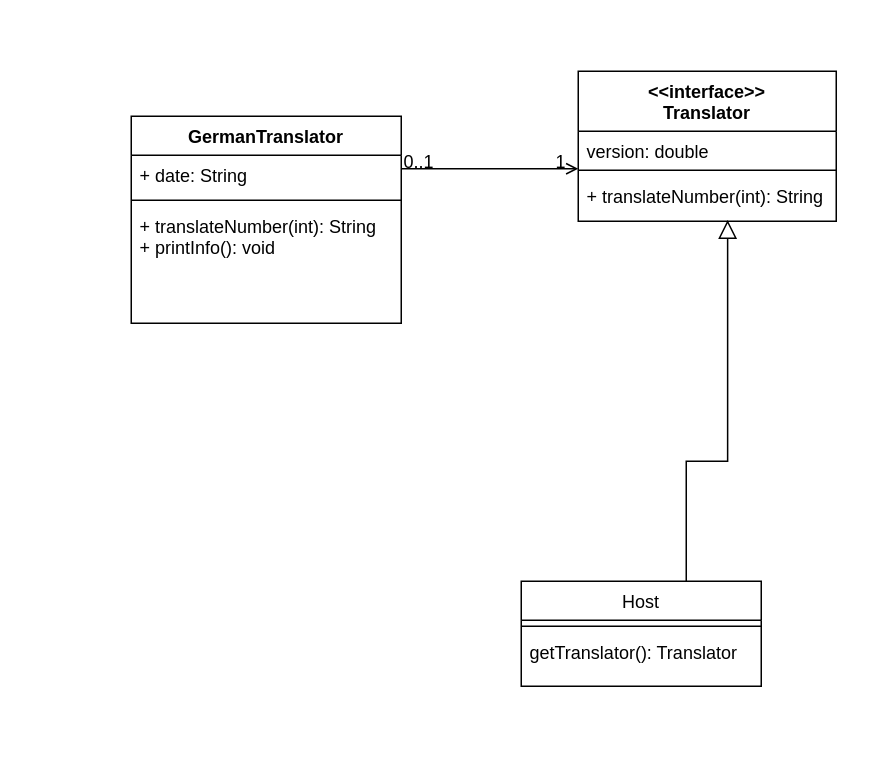
The draw.io diagram Unbenanntes Diagramm.drawio in ItsMePaiinZ/se1_hbrs_ph_fl, before the edit. Source tidied: cells renumbered, new cells numbered last; positions are measured from the earlier drawing's top-left corner, leaving out a move shared by most shapes. Both pictures are drawn from the tidied source at 150%, with x=0, y=0 at pixel (130, 70).
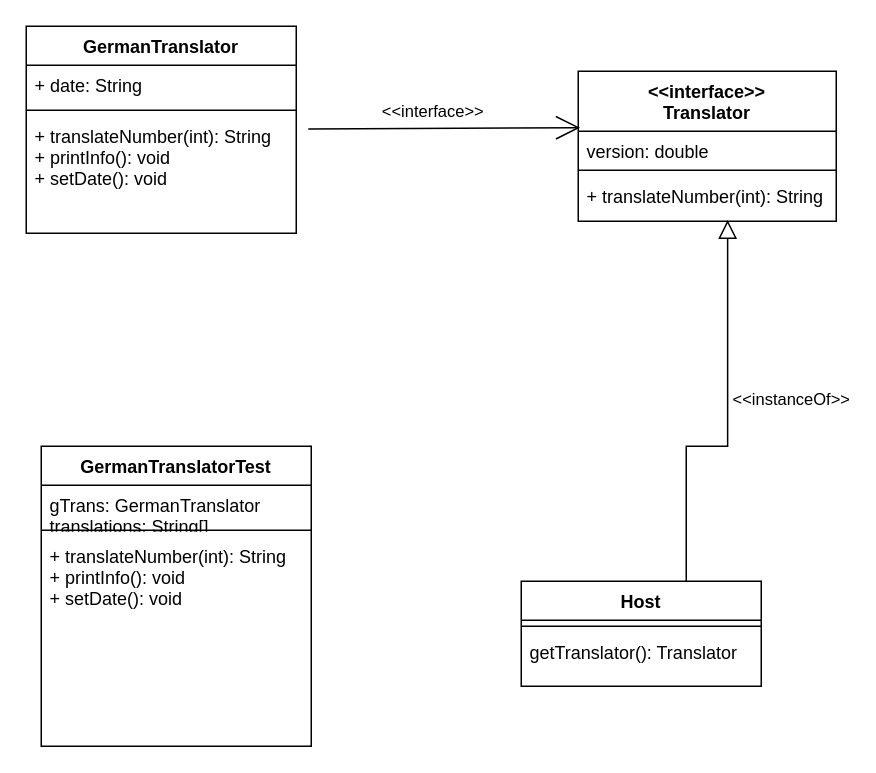
Above is the later version.

The change refers to these unchanged cells:
```xml
<mxCell id="2" value="&lt;&lt;interface&gt;&gt;&#10;Translator" style="swimlane;fontStyle=1;align=center;verticalAlign=top;horizontal=1;startSize=40;rounded=0;shadow=0;strokeWidth=1;" parent="1" vertex="1">
  <mxGeometry x="298" width="172" height="100" as="geometry" />
</mxCell>
<mxCell id="3" value="version: double" style="text;align=left;verticalAlign=top;spacingLeft=4;spacingRight=4;overflow=hidden;points=[[0,0.5],[1,0.5]];portConstraint=eastwest;rounded=0;shadow=0;html=0;" parent="2" vertex="1">
  <mxGeometry y="40" width="172" height="22" as="geometry" />
</mxCell>
<mxCell id="5" value="+ translateNumber(int): String" style="text;align=left;verticalAlign=top;spacingLeft=4;spacingRight=4;overflow=hidden;points=[[0,0.5],[1,0.5]];portConstraint=eastwest;" parent="2" vertex="1">
  <mxGeometry y="70" width="172" height="26" as="geometry" />
</mxCell>
```

What changed in the source:
```diff
@@
     <mxCell id="6" value="GermanTranslator" style="swimlane;fontStyle=1;align=center;verticalAlign=top;horizontal=1;startSize=26;rounded=0;shadow=0;strokeWidth=1;" parent="1" vertex="1">
-      <mxGeometry y="30" width="180" height="138" as="geometry" />
+      <mxGeometry x="-70" y="-30" width="180" height="138" as="geometry" />
     </mxCell>
@@
-    <mxCell id="9" value="+ translateNumber(int): String&#10;+ printInfo(): void" style="text;align=left;verticalAlign=top;spacingLeft=4;spacingRight=4;overflow=hidden;" parent="6" vertex="1">
-      <mxGeometry y="60" width="180" height="40" as="geometry" />
+    <mxCell id="9" value="+ translateNumber(int): String&#10;+ printInfo(): void&#10;+ setDate(): void" style="text;align=left;verticalAlign=top;spacingLeft=4;spacingRight=4;overflow=hidden;" parent="6" vertex="1">
+      <mxGeometry y="60" width="180" height="50" as="geometry" />
     </mxCell>
-    <mxCell id="10" value="Host" style="swimlane;fontStyle=0;align=center;verticalAlign=top;horizontal=1;startSize=26;rounded=0;shadow=0;strokeWidth=1;" parent="1" vertex="1">
+    <mxCell id="10" value="Host" style="swimlane;fontStyle=1;align=center;verticalAlign=top;horizontal=1;startSize=26;rounded=0;shadow=0;strokeWidth=1;" parent="1" vertex="1">
       <mxGeometry x="260" y="340" width="160" height="70" as="geometry" />
     </mxCell>
@@
     <mxCell id="13" style="endArrow=block;endSize=10;endFill=0;shadow=0;strokeWidth=1;rounded=0;edgeStyle=elbowEdgeStyle;elbow=vertical;entryX=0.579;entryY=1.123;entryDx=0;entryDy=0;entryPerimeter=0;" parent="1" edge="1" source="10" target="5">
       <mxGeometry relative="1" as="geometry">
         <Array as="points">
-          <mxPoint x="370" y="260" />
+          <mxPoint x="370" y="250" />
           <mxPoint x="90" y="190" />
         </Array>
       </mxGeometry>
     </mxCell>
-    <mxCell id="14" style="endArrow=open;shadow=0;strokeWidth=1;rounded=0;endFill=1;edgeStyle=elbowEdgeStyle;elbow=vertical;" parent="1" edge="1" source="6" target="2">
-      <mxGeometry x="0.5" y="41" relative="1" as="geometry">
-        <mxPoint x="-40" y="32" as="offset" />
-      </mxGeometry>
-    </mxCell>
-    <mxCell id="15" value="0..1" style="align=left;verticalAlign=bottom;labelBackgroundColor=none;fontSize=12;" parent="14" vertex="1">
-      <mxGeometry x="-1" relative="1" as="geometry">
-        <mxPoint y="4" as="offset" />
-      </mxGeometry>
-    </mxCell>
-    <mxCell id="16" value="1" style="align=right;verticalAlign=bottom;labelBackgroundColor=none;fontSize=12;" parent="14" vertex="1">
-      <mxGeometry x="1" relative="1" as="geometry">
-        <mxPoint x="-7" y="4" as="offset" />
-      </mxGeometry>
-    </mxCell>
+    <mxCell id="17" value="&amp;lt;&amp;lt;instanceOf&amp;gt;&amp;gt;" style="edgeLabel;html=1;align=center;verticalAlign=middle;" parent="13" vertex="1">
+      <mxGeometry x="0.01" y="1" relative="1" as="geometry">
+        <mxPoint x="43" y="-13" as="offset" />
+      </mxGeometry>
+    </mxCell>
+    <mxCell id="18" style="edgeStyle=none;jettySize=auto;html=1;rounded=0;endArrow=open;startSize=14;endSize=14;sourcePerimeterSpacing=8;targetPerimeterSpacing=8;curved=1;entryX=0.007;entryY=-0.109;entryDx=0;entryDy=0;entryPerimeter=0;" parent="1" edge="1" source="6" target="3">
+      <mxGeometry relative="1" as="geometry" />
+    </mxCell>
+    <mxCell id="19" value="&amp;lt;&amp;lt;interface&amp;gt;&amp;gt;" style="edgeLabel;html=1;align=center;verticalAlign=middle;" parent="18" vertex="1">
+      <mxGeometry x="0.17" y="2" relative="1" as="geometry">
+        <mxPoint x="-23" y="-9" as="offset" />
+      </mxGeometry>
+    </mxCell>
+    <mxCell id="20" value="GermanTranslatorTest" style="swimlane;fontStyle=1;align=center;verticalAlign=top;horizontal=1;startSize=26;rounded=0;shadow=0;strokeWidth=1;" parent="1" vertex="1">
+      <mxGeometry x="-60" y="250" width="180" height="200" as="geometry" />
+    </mxCell>
+    <mxCell id="21" value="gTrans: GermanTranslator&#10;translations: String[]" style="text;align=left;verticalAlign=top;spacingLeft=4;spacingRight=4;overflow=hidden;rounded=0;shadow=0;html=0;" parent="20" vertex="1">
+      <mxGeometry y="26" width="180" height="26" as="geometry" />
+    </mxCell>
+    <mxCell id="22" style="line;html=1;strokeWidth=1;align=left;verticalAlign=middle;spacingTop=-1;spacingLeft=3;spacingRight=3;labelPosition=right;" parent="20" vertex="1">
+      <mxGeometry y="52" width="180" height="8" as="geometry" />
+    </mxCell>
+    <mxCell id="23" value="+ translateNumber(int): String&#10;+ printInfo(): void&#10;+ setDate(): void" style="text;align=left;verticalAlign=top;spacingLeft=4;spacingRight=4;overflow=hidden;" parent="20" vertex="1">
+      <mxGeometry y="60" width="180" height="50" as="geometry" />
+    </mxCell>
```
